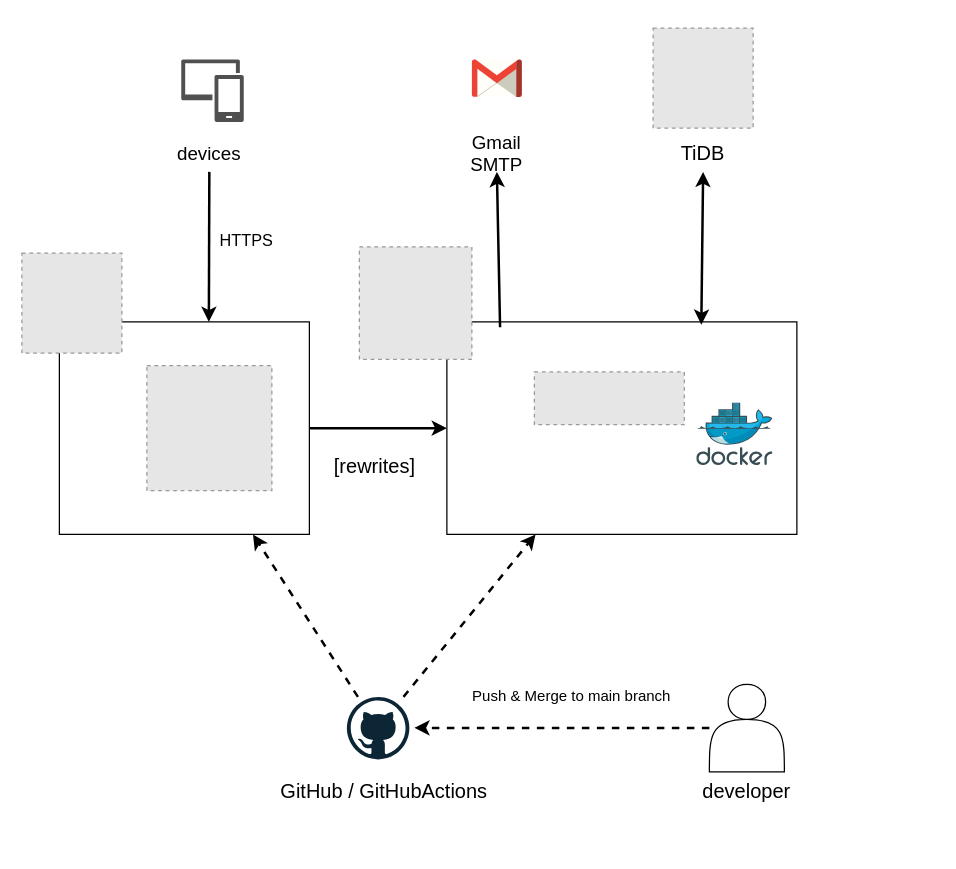
Above: docs/images/infrastructureDiagram.drawio in reimurase/rails-next-nayami-note (draw.io), before the change. Source tidied: cells renumbered, new cells numbered last; positions are measured from the earlier drawing's top-left corner, leaving out a move shared by most shapes. Both pictures are drawn from the tidied source at 125%, with x=0, y=0 at pixel (21, 28). Pictures stored in the file or linked from it are replaced by grey dashed boxes.
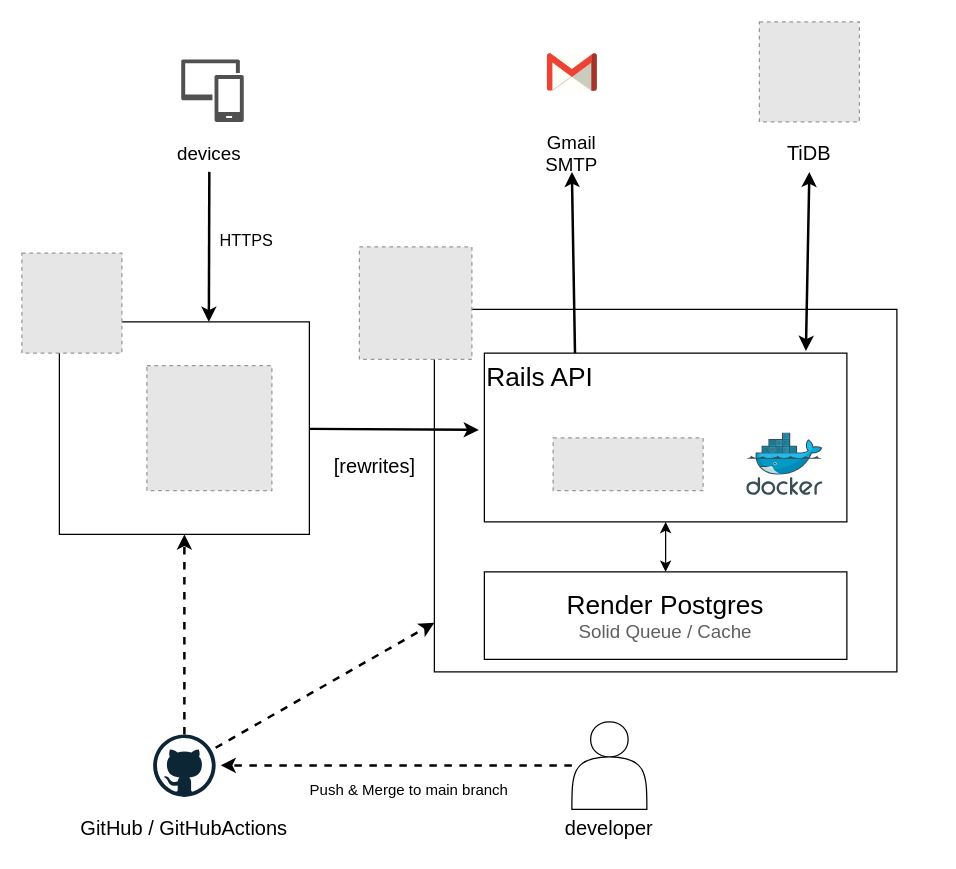
The same diagram, later.

Unchanged cells that the change refers to:
```xml
<mxCell id="12" style="rounded=0;whiteSpace=wrap;html=1;fillColor=none;" parent="1" vertex="1">
  <mxGeometry x="30" y="235" width="200" height="170" as="geometry" />
</mxCell>
```

What changed in the source:
```diff
@@
     <mxCell id="3" style="image;sketch=0;html=1;align=center;fontSize=12;image=img/lib/mscae/Docker.svg;" parent="1" vertex="1">
-      <mxGeometry x="540" y="300" width="61" height="50" as="geometry" />
+      <mxGeometry x="580" y="323.9" width="61" height="50" as="geometry" />
     </mxCell>
     <mxCell id="4" style="dashed=0;html=1;align=center;labelPosition=center;verticalLabelPosition=bottom;verticalAlign=top;shape=mxgraph.weblogos.gmail;" parent="1" vertex="1">
-      <mxGeometry x="360" y="25" width="40" height="30" as="geometry" />
+      <mxGeometry x="420" y="20" width="40" height="30" as="geometry" />
     </mxCell>
@@
     <mxCell id="7" style="dashed=0;outlineConnect=0;html=1;align=center;labelPosition=center;verticalLabelPosition=bottom;verticalAlign=top;shape=mxgraph.weblogos.github;" parent="1" vertex="1">
-      <mxGeometry x="260" y="535" width="50" height="50" as="geometry" />
+      <mxGeometry x="105" y="565" width="50" height="50" as="geometry" />
     </mxCell>
     <mxCell id="8" style="shape=actor;whiteSpace=wrap;html=1;" parent="1" vertex="1">
-      <mxGeometry x="550" y="525" width="60" height="70" as="geometry" />
+      <mxGeometry x="440" y="555" width="60" height="70" as="geometry" />
     </mxCell>
@@
     <mxCell id="10" value="developer" style="text;html=1;align=center;verticalAlign=middle;whiteSpace=wrap;rounded=0;fontSize=16;" parent="1" vertex="1">
-      <mxGeometry x="550" y="595" width="60" height="30" as="geometry" />
+      <mxGeometry x="440" y="625" width="60" height="30" as="geometry" />
     </mxCell>
-    <mxCell id="11" style="edgeStyle=none;html=1;strokeWidth=2;" parent="1" edge="1" source="12" target="14">
+    <mxCell id="11" style="edgeStyle=none;html=1;strokeWidth=2;entryX=-0.015;entryY=0.455;entryDx=0;entryDy=0;entryPerimeter=0;" parent="1" edge="1" source="12" target="29">
       <mxGeometry relative="1" as="geometry" />
     </mxCell>
@@
-    <mxCell id="13" style="edgeStyle=none;html=1;exitX=0.152;exitY=0.025;exitDx=0;exitDy=0;entryX=0.5;entryY=1;entryDx=0;entryDy=0;fontFamily=Helvetica;fontSize=12;fontColor=default;exitPerimeter=0;strokeWidth=2;" parent="1" edge="1" source="14" target="15">
+    <mxCell id="13" style="edgeStyle=none;html=1;exitX=0.25;exitY=0;exitDx=0;exitDy=0;entryX=0.5;entryY=1;entryDx=0;entryDy=0;fontFamily=Helvetica;fontSize=12;fontColor=default;strokeWidth=2;" parent="1" edge="1" source="29" target="15">
       <mxGeometry relative="1" as="geometry" />
     </mxCell>
     <mxCell id="14" style="rounded=0;whiteSpace=wrap;html=1;fillColor=none;" parent="1" vertex="1">
-      <mxGeometry x="340" y="235" width="280" height="170" as="geometry" />
+      <mxGeometry x="330" y="225" width="370" height="290" as="geometry" />
     </mxCell>
     <mxCell id="15" value="Gmail SMTP" style="text;html=1;align=center;verticalAlign=middle;whiteSpace=wrap;rounded=0;fontSize=15;" parent="1" vertex="1">
-      <mxGeometry x="350" y="85" width="60" height="30" as="geometry" />
+      <mxGeometry x="410" y="85" width="60" height="30" as="geometry" />
     </mxCell>
     <mxCell id="16" value="TiDB" style="text;html=1;align=center;verticalAlign=middle;whiteSpace=wrap;rounded=0;fontSize=16;" parent="1" vertex="1">
-      <mxGeometry x="515" y="85" width="60" height="30" as="geometry" />
+      <mxGeometry x="600" y="85" width="60" height="30" as="geometry" />
     </mxCell>
@@
     <mxCell id="19" value="&lt;font style=&quot;font-size: 16px;&quot;&gt;GitHub / GitHubActions&lt;/font&gt;" style="text;html=1;align=center;verticalAlign=middle;whiteSpace=wrap;rounded=0;" parent="1" vertex="1">
-      <mxGeometry x="200" y="595" width="180" height="30" as="geometry" />
+      <mxGeometry x="40" y="625" width="180" height="30" as="geometry" />
     </mxCell>
@@
     <mxCell id="21" value="Push &amp;amp; Merge to main branch" style="text;html=1;align=center;verticalAlign=middle;whiteSpace=wrap;rounded=0;" parent="1" vertex="1">
-      <mxGeometry x="350" y="520" width="180" height="30" as="geometry" />
+      <mxGeometry x="220" y="595" width="180" height="30" as="geometry" />
     </mxCell>
@@
     <mxCell id="26" style="fillColor=#E6E6E6;strokeColor=#999999;dashed=1;verticalLabelPosition=bottom;labelBackgroundColor=default;verticalAlign=top;" parent="1" vertex="1">
-      <mxGeometry x="505" width="80" height="80" as="geometry" />
+      <mxGeometry x="590" y="-5" width="80" height="80" as="geometry" />
     </mxCell>
     <mxCell id="27" style="fillColor=#E6E6E6;strokeColor=#999999;dashed=1;verticalLabelPosition=bottom;labelBackgroundColor=default;verticalAlign=top;" parent="1" vertex="1">
-      <mxGeometry x="410" y="275" width="120" height="42.2" as="geometry" />
+      <mxGeometry x="425" y="327.8" width="120" height="42.2" as="geometry" />
     </mxCell>
-    <mxCell id="28" style="endArrow=classic;startArrow=classic;html=1;fontFamily=Helvetica;fontSize=12;fontColor=default;exitX=0.727;exitY=0.013;exitDx=0;exitDy=0;entryX=0.5;entryY=1;entryDx=0;entryDy=0;exitPerimeter=0;strokeWidth=2;" parent="1" edge="1" source="14" target="16">
+    <mxCell id="28" style="endArrow=classic;startArrow=classic;html=1;fontFamily=Helvetica;fontSize=12;fontColor=default;entryX=0.5;entryY=1;entryDx=0;entryDy=0;strokeWidth=2;exitX=0.887;exitY=-0.013;exitDx=0;exitDy=0;exitPerimeter=0;" parent="1" edge="1" source="29" target="16">
       <mxGeometry relative="1" as="geometry" />
     </mxCell>
+    <mxCell id="29" value="&lt;div style=&quot;&quot;&gt;&lt;span style=&quot;background-color: transparent;&quot;&gt;&lt;font style=&quot;font-size: 21px;&quot;&gt;Rails API&lt;/font&gt;&lt;/span&gt;&lt;/div&gt;" style="rounded=0;whiteSpace=wrap;html=1;fillColor=none;verticalAlign=top;align=left;labelPosition=center;verticalLabelPosition=middle;" parent="1" vertex="1">
+      <mxGeometry x="370" y="260" width="290" height="135" as="geometry" />
+    </mxCell>
+    <mxCell id="30" value="&lt;font style=&quot;font-size: 21px;&quot;&gt;Render Postgres&lt;/font&gt;&lt;div&gt;&lt;div&gt;&lt;div&gt;&lt;font style=&quot;font-size: 15px; background-color: light-dark(#ffffff, var(--ge-dark-color, #121212)); color: rgb(96, 96, 96);&quot;&gt;Solid Queue / Cache&lt;/font&gt;&lt;/div&gt;&lt;/div&gt;&lt;/div&gt;" style="rounded=0;whiteSpace=wrap;html=1;fillColor=none;" parent="1" vertex="1">
+      <mxGeometry x="370" y="435" width="290" height="70" as="geometry" />
+    </mxCell>
+    <mxCell id="31" style="endArrow=classic;startArrow=classic;html=1;entryX=0.5;entryY=1;entryDx=0;entryDy=0;exitX=0.5;exitY=0;exitDx=0;exitDy=0;" parent="1" edge="1" source="30" target="29">
+      <mxGeometry relative="1" as="geometry" />
+    </mxCell>
+    <mxCell id="32" style="rounded=0;whiteSpace=wrap;html=1;fillColor=none;strokeColor=none;" parent="1" vertex="1">
+      <mxGeometry x="710" y="290" width="20" height="60" as="geometry" />
+    </mxCell>
```
